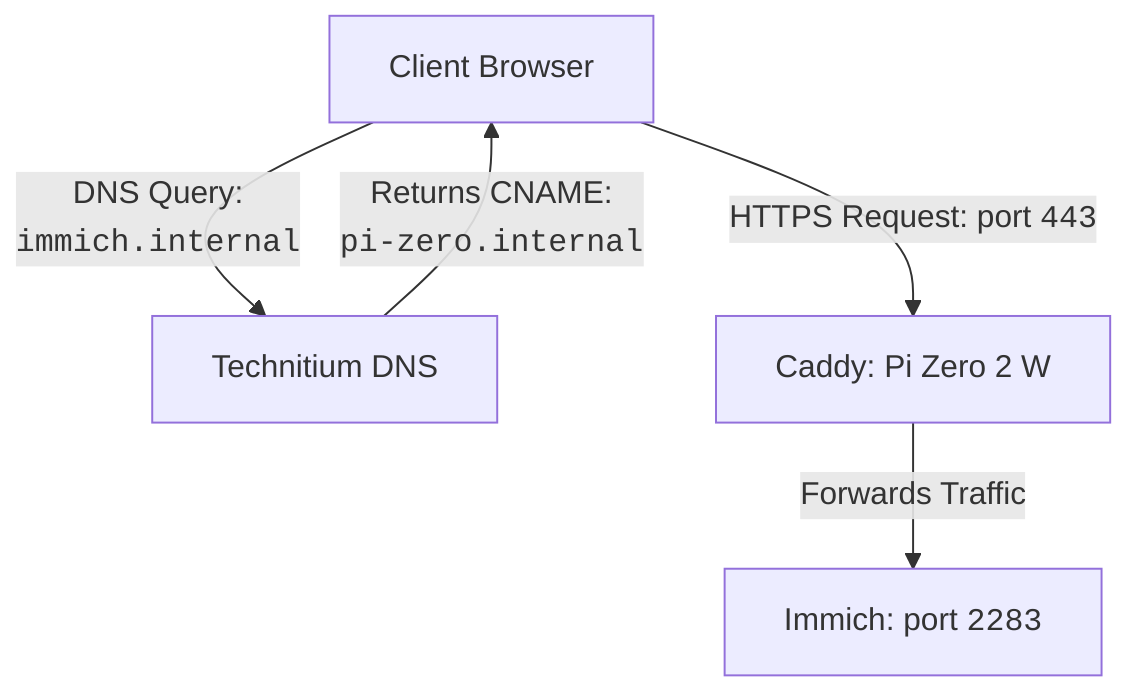
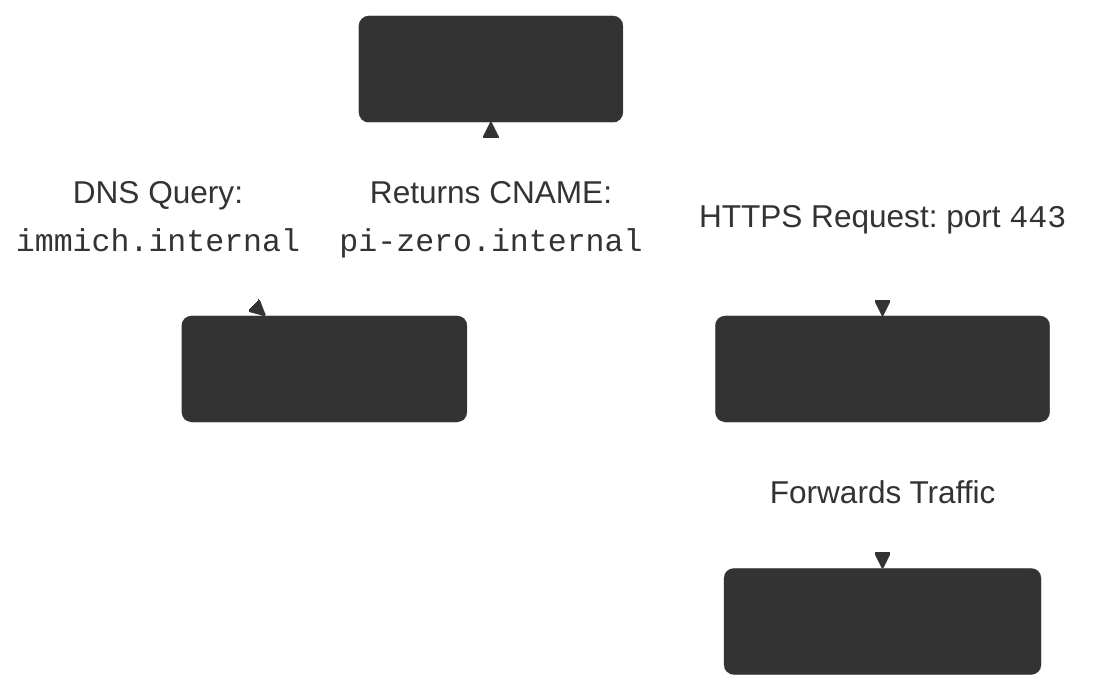
+ %%{
+   init: {
+     "themeCSS": ".node.text-box rect, .node.text-box polygon, .node.text-box circle, .node.text-box path { fill: var(--md-mermaid-node-bg-color) !important; stroke: var(--md-mermaid-node-fg-color) !important; stroke-width: 2px !important; } .nodeLabel { color: var(--node-text) !important; } .node text { fill: var(--node-text) !important; } .cluster rect { fill: var(--subgraph-bg) !important; stroke: var(--subgraph-border) !important; stroke-width: 1px !important; } .cluster-label text, .cluster text { fill: var(--node-text) !important; } .cluster-label span, .cluster span { color: var(--node-text) !important; } .edgeLabel, .edgeLabel span, .edgeLabel p, .labelBkg, .htmlLabel { background-color: var(--edge-bg) !important; color: var(--edge-text) !important; } .edgeLabel rect { fill: var(--edge-bg) !important; } .edgeLabel text { fill: var(--edge-text) !important; } .edgePath path, .flowchart-link { stroke: var(--edge-line) !important; } .marker path, .arrowheadPath { fill: var(--edge-line) !important; stroke: var(--edge-line) !important; }"
+   }
+ }%%
+ 
graph TD
-     User[Client Browser] -- "DNS Query:<br><code>immich.internal</code>" --> DNS[Technitium DNS]
+     %% --- Dummy Class Definitions (To register the classes on the SVGs) ---
+     classDef text-box fill: stroke:;
+ 
+     User(Client Browser):::text-box -- "DNS Query:<br><code>immich.internal</code>" --> DNS(Technitium DNS):::text-box
    DNS -- "Returns CNAME:<br><code>pi-zero.internal</code>" --> User
-     User -- "HTTPS Request: port <code>443</code>" --> Proxy[Caddy: Pi Zero 2 W]
-     Proxy -- "Forwards Traffic" --> App[Immich: port <code>2283</code>]+     User -- "HTTPS Request: port <code>443</code>" --> Proxy(Caddy: Pi Zero 2 W):::text-box
+     Proxy -- "Forwards Traffic" --> App(Immich: port <code>2283</code>):::text-box